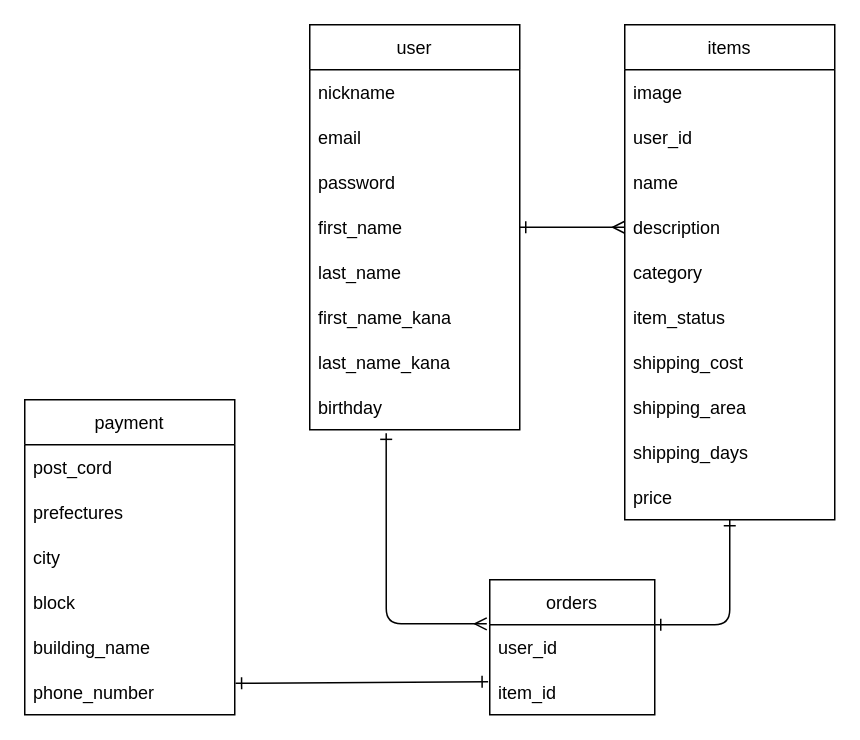
Above: .dio in huyuxe/furima-38224 (draw.io), before the change. Source tidied: cells renumbered, new cells numbered last; positions are measured from the earlier drawing's top-left corner, leaving out a move shared by most shapes. Both pictures are drawn from the tidied source at 150%, with x=0, y=0 at pixel (24, 24).
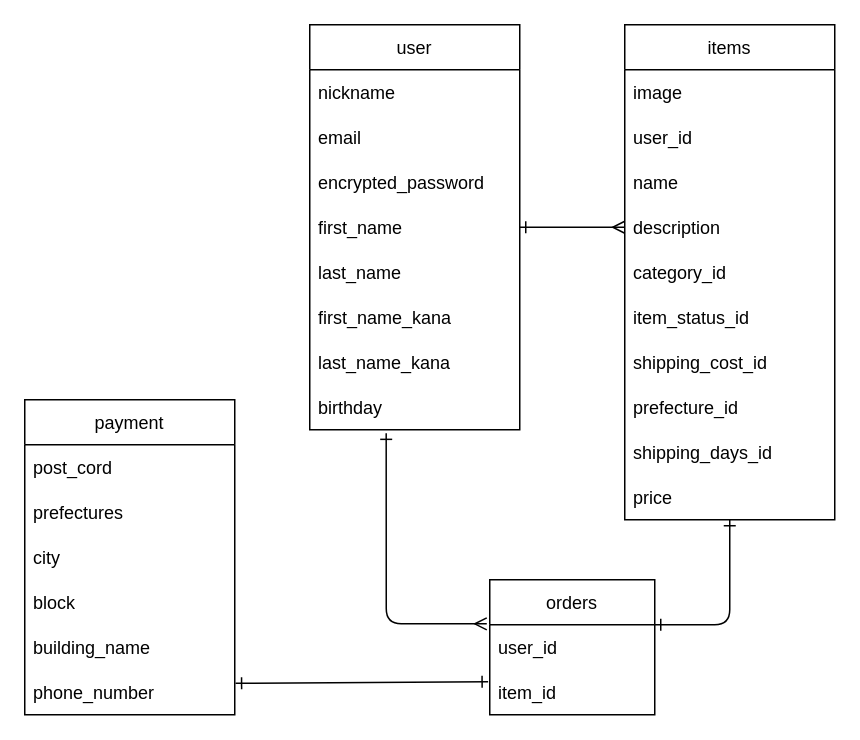
The same page after the edit.

Commit message (it also covers changes not shown here):
データベース設計修正１

Unchanged cells that the change refers to:
```xml
<mxCell id="2" value="user" style="swimlane;fontStyle=0;horizontal=1;startSize=30;" parent="1" vertex="1">
  <mxGeometry x="190" width="140" height="270" as="geometry" />
</mxCell>
<mxCell id="11" value="items" style="swimlane;fontStyle=0;horizontal=1;startSize=30;" parent="1" vertex="1">
  <mxGeometry x="400" width="140" height="330" as="geometry" />
</mxCell>
```

Change to the diagram source:
```diff
@@
-    <mxCell id="5" value="password" style="text;strokeColor=none;fillColor=none;align=left;verticalAlign=middle;spacingLeft=4;spacingRight=4;overflow=hidden;" parent="2" vertex="1">
+    <mxCell id="5" value="encrypted_password" style="text;strokeColor=none;fillColor=none;align=left;verticalAlign=middle;spacingLeft=4;spacingRight=4;overflow=hidden;" parent="2" vertex="1">
       <mxGeometry y="90" width="140" height="30" as="geometry" />
     </mxCell>
@@
-    <mxCell id="16" value="category" style="text;strokeColor=none;fillColor=none;align=left;verticalAlign=middle;spacingLeft=4;spacingRight=4;overflow=hidden;" parent="11" vertex="1">
+    <mxCell id="16" value="category_id" style="text;strokeColor=none;fillColor=none;align=left;verticalAlign=middle;spacingLeft=4;spacingRight=4;overflow=hidden;" parent="11" vertex="1">
       <mxGeometry y="150" width="140" height="30" as="geometry" />
     </mxCell>
-    <mxCell id="17" value="item_status" style="text;strokeColor=none;fillColor=none;align=left;verticalAlign=middle;spacingLeft=4;spacingRight=4;overflow=hidden;" parent="11" vertex="1">
+    <mxCell id="17" value="item_status_id" style="text;strokeColor=none;fillColor=none;align=left;verticalAlign=middle;spacingLeft=4;spacingRight=4;overflow=hidden;" parent="11" vertex="1">
       <mxGeometry y="180" width="140" height="30" as="geometry" />
     </mxCell>
-    <mxCell id="18" value="shipping_cost" style="text;strokeColor=none;fillColor=none;align=left;verticalAlign=middle;spacingLeft=4;spacingRight=4;overflow=hidden;" parent="11" vertex="1">
+    <mxCell id="18" value="shipping_cost_id" style="text;strokeColor=none;fillColor=none;align=left;verticalAlign=middle;spacingLeft=4;spacingRight=4;overflow=hidden;" parent="11" vertex="1">
       <mxGeometry y="210" width="140" height="30" as="geometry" />
     </mxCell>
-    <mxCell id="19" value="shipping_area" style="text;strokeColor=none;fillColor=none;align=left;verticalAlign=middle;spacingLeft=4;spacingRight=4;overflow=hidden;" parent="11" vertex="1">
+    <mxCell id="19" value="prefecture_id" style="text;strokeColor=none;fillColor=none;align=left;verticalAlign=middle;spacingLeft=4;spacingRight=4;overflow=hidden;" parent="11" vertex="1">
       <mxGeometry y="240" width="140" height="30" as="geometry" />
     </mxCell>
-    <mxCell id="20" value="shipping_days" style="text;strokeColor=none;fillColor=none;align=left;verticalAlign=middle;spacingLeft=4;spacingRight=4;overflow=hidden;" parent="11" vertex="1">
+    <mxCell id="20" value="shipping_days_id" style="text;strokeColor=none;fillColor=none;align=left;verticalAlign=middle;spacingLeft=4;spacingRight=4;overflow=hidden;" parent="11" vertex="1">
       <mxGeometry y="270" width="140" height="30" as="geometry" />
     </mxCell>
```
